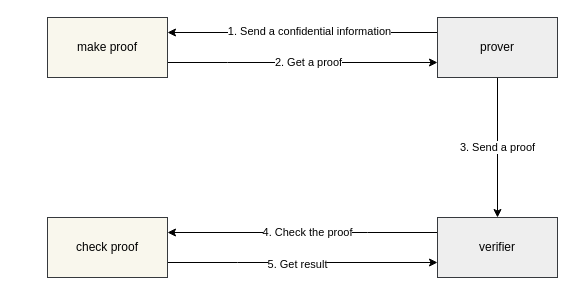
This is page "non-interactive-proof" (6 of 22) of documents/master.drawio from phamhongphuc1999/account-abstraction-app, a draw.io file, before an edit. Source tidied: cells renumbered, new cells numbered last; positions are measured from the earlier drawing's top-left corner, leaving out a move shared by most shapes. Both pictures are drawn from the tidied source at 100%, with x=0, y=0 at pixel (47, 17).
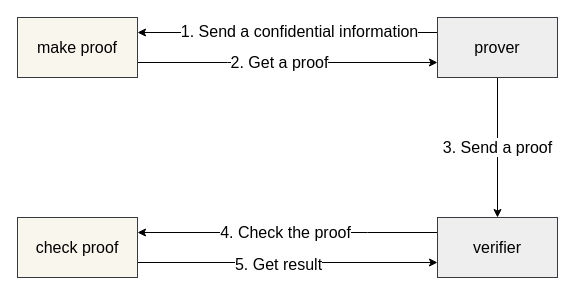
The same page after the edit.

The edit, as a diff of the source:
```diff
@@
-    <mxCell id="2" style="edgeStyle=orthogonalEdgeStyle;rounded=0;jettySize=auto;html=1;entryX=1;entryY=0.25;entryDx=0;entryDy=0;exitX=0;exitY=0.25;exitDx=0;exitDy=0;" parent="1" edge="1" source="6" target="9">
+    <mxCell id="2" style="edgeStyle=orthogonalEdgeStyle;rounded=0;jettySize=auto;html=1;entryX=1;entryY=0.25;entryDx=0;entryDy=0;exitX=0;exitY=0.25;exitDx=0;exitDy=0;fontSize=16;" parent="1" edge="1" source="6" target="9">
       <mxGeometry relative="1" as="geometry" />
     </mxCell>
-    <mxCell id="3" value="1. Send a confidential information" style="edgeLabel;html=1;align=center;verticalAlign=middle;" parent="2" vertex="1">
+    <mxCell id="3" value="1. Send a confidential information" style="edgeLabel;html=1;align=center;verticalAlign=middle;fontSize=16;" parent="2" vertex="1">
       <mxGeometry x="0.58" y="-1" relative="1" as="geometry">
-        <mxPoint x="84" as="offset" />
+        <mxPoint x="98" as="offset" />
       </mxGeometry>
     </mxCell>
-    <mxCell id="4" style="edgeStyle=orthogonalEdgeStyle;rounded=0;jettySize=auto;html=1;entryX=0.5;entryY=0;entryDx=0;entryDy=0;" parent="1" edge="1" source="6" target="12">
+    <mxCell id="4" style="edgeStyle=orthogonalEdgeStyle;rounded=0;jettySize=auto;html=1;entryX=0.5;entryY=0;entryDx=0;entryDy=0;fontSize=16;" parent="1" edge="1" source="6" target="12">
       <mxGeometry relative="1" as="geometry" />
     </mxCell>
-    <mxCell id="5" value="3. Send a proof" style="edgeLabel;html=1;align=center;verticalAlign=middle;" parent="4" vertex="1">
+    <mxCell id="5" value="3. Send a proof" style="edgeLabel;html=1;align=center;verticalAlign=middle;fontSize=16;" parent="4" vertex="1">
       <mxGeometry x="-0.02" y="-1" relative="1" as="geometry" />
     </mxCell>
-    <mxCell id="6" value="prover" style="rounded=0;whiteSpace=wrap;html=1;fillColor=#eeeeee;strokeColor=#36393d;" parent="1" vertex="1">
+    <mxCell id="6" value="prover" style="rounded=0;whiteSpace=wrap;html=1;fillColor=#eeeeee;strokeColor=#36393d;fontSize=16;" parent="1" vertex="1">
       <mxGeometry x="390" width="120" height="60" as="geometry" />
     </mxCell>
-    <mxCell id="7" style="edgeStyle=orthogonalEdgeStyle;rounded=0;jettySize=auto;html=1;entryX=0;entryY=0.75;entryDx=0;entryDy=0;" parent="1" edge="1" source="9" target="6">
+    <mxCell id="7" style="edgeStyle=orthogonalEdgeStyle;rounded=0;jettySize=auto;html=1;entryX=0;entryY=0.75;entryDx=0;entryDy=0;fontSize=16;" parent="1" edge="1" source="9" target="6">
       <mxGeometry relative="1" as="geometry">
         <Array as="points">
           <mxPoint x="180" y="45" />
           <mxPoint x="180" y="45" />
         </Array>
       </mxGeometry>
     </mxCell>
-    <mxCell id="8" value="2. Get a proof" style="edgeLabel;html=1;align=center;verticalAlign=middle;" parent="7" vertex="1">
+    <mxCell id="8" value="2. Get a proof" style="edgeLabel;html=1;align=center;verticalAlign=middle;fontSize=16;" parent="7" vertex="1">
       <mxGeometry x="-0.49" y="1" relative="1" as="geometry">
-        <mxPoint x="71" as="offset" />
+        <mxPoint x="64" as="offset" />
       </mxGeometry>
     </mxCell>
-    <mxCell id="9" value="make proof" style="rounded=0;whiteSpace=wrap;html=1;fillColor=#f9f7ed;strokeColor=#36393d;" parent="1" vertex="1">
-      <mxGeometry width="120" height="60" as="geometry" />
+    <mxCell id="9" value="make proof" style="rounded=0;whiteSpace=wrap;html=1;fillColor=#f9f7ed;strokeColor=#36393d;fontSize=16;" parent="1" vertex="1">
+      <mxGeometry x="-30" width="120" height="60" as="geometry" />
     </mxCell>
-    <mxCell id="10" style="edgeStyle=orthogonalEdgeStyle;rounded=0;jettySize=auto;html=1;entryX=1;entryY=0.25;entryDx=0;entryDy=0;" parent="1" edge="1" source="12" target="15">
+    <mxCell id="10" style="edgeStyle=orthogonalEdgeStyle;rounded=0;jettySize=auto;html=1;entryX=1;entryY=0.25;entryDx=0;entryDy=0;fontSize=16;" parent="1" edge="1" source="12" target="15">
       <mxGeometry relative="1" as="geometry">
         <Array as="points">
           <mxPoint x="320" y="215" />
           <mxPoint x="320" y="215" />
         </Array>
       </mxGeometry>
     </mxCell>
-    <mxCell id="11" value="4. Check the proof" style="edgeLabel;html=1;align=center;verticalAlign=middle;" parent="10" vertex="1">
+    <mxCell id="11" value="4. Check the proof" style="edgeLabel;html=1;align=center;verticalAlign=middle;fontSize=16;" parent="10" vertex="1">
       <mxGeometry x="0.44" y="-1" relative="1" as="geometry">
         <mxPoint x="63" as="offset" />
       </mxGeometry>
     </mxCell>
-    <mxCell id="12" value="verifier" style="rounded=0;whiteSpace=wrap;html=1;fillColor=#eeeeee;strokeColor=#36393d;" parent="1" vertex="1">
+    <mxCell id="12" value="verifier" style="rounded=0;whiteSpace=wrap;html=1;fillColor=#eeeeee;strokeColor=#36393d;fontSize=16;" parent="1" vertex="1">
       <mxGeometry x="390" y="200" width="120" height="60" as="geometry" />
     </mxCell>
-    <mxCell id="13" style="edgeStyle=orthogonalEdgeStyle;rounded=0;jettySize=auto;html=1;entryX=0;entryY=0.75;entryDx=0;entryDy=0;" parent="1" edge="1" source="15" target="12">
+    <mxCell id="13" style="edgeStyle=orthogonalEdgeStyle;rounded=0;jettySize=auto;html=1;entryX=0;entryY=0.75;entryDx=0;entryDy=0;fontSize=16;" parent="1" edge="1" source="15" target="12">
       <mxGeometry relative="1" as="geometry">
         <Array as="points">
           <mxPoint x="190" y="245" />
           <mxPoint x="190" y="245" />
         </Array>
       </mxGeometry>
     </mxCell>
-    <mxCell id="14" value="5. Get result" style="edgeLabel;html=1;align=center;verticalAlign=middle;" parent="13" vertex="1">
+    <mxCell id="14" value="5. Get result" style="edgeLabel;html=1;align=center;verticalAlign=middle;fontSize=16;" parent="13" vertex="1">
       <mxGeometry x="-0.26" y="-1" relative="1" as="geometry">
         <mxPoint x="29" as="offset" />
       </mxGeometry>
     </mxCell>
-    <mxCell id="15" value="check proof" style="rounded=0;whiteSpace=wrap;html=1;fillColor=#f9f7ed;strokeColor=#36393d;" parent="1" vertex="1">
-      <mxGeometry y="200" width="120" height="60" as="geometry" />
+    <mxCell id="15" value="check proof" style="rounded=0;whiteSpace=wrap;html=1;fillColor=#f9f7ed;strokeColor=#36393d;fontSize=16;" parent="1" vertex="1">
+      <mxGeometry x="-30" y="200" width="120" height="60" as="geometry" />
     </mxCell>
```
